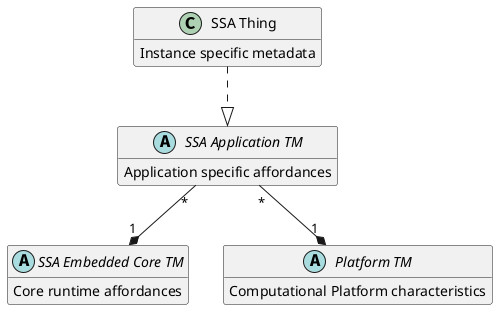
Earlier version of the PlantUML export uml/tm_relations.png (les2feup/CityLink).
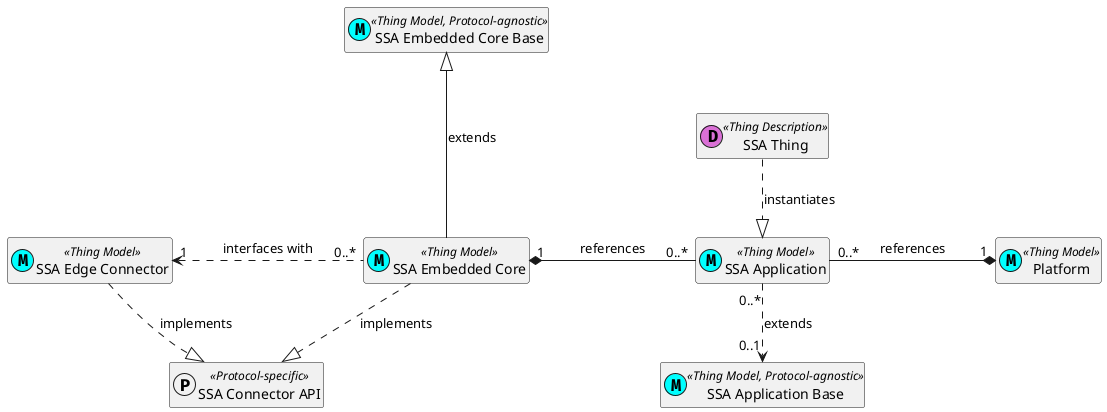
The same diagram one commit later.

Commit message:
updates to tm class diagram

The edit, as a diff of the source:
```diff
@@ -1,26 +1,35 @@
 @startuml
 
-class "SSA Thing" as ssat {
-        Instance specific metadata
-    }
+skinparam nodesep 100
 
-abstract class "SSA Application TM" as ttm {
-        Application specific affordances
-    }
+class "SSA Thing" as ssat << (D, orchid) Thing Description >>
 
-abstract class "SSA Embedded Core TM" as rtm {
-        Core runtime affordances
-    }
+class "SSA Application Base" as abtm  << (M, cyan) Thing Model, Protocol-agnostic >>
 
-abstract class "Platform TM" as ptm {
-        Computational Platform characteristics
-    }
+class "SSA Application" as atm << (M, cyan) Thing Model >>
 
-ttm "*" --* "1" ptm
-ttm "*" --* "1" rtm
+class "SSA Embedded Core Base" as rbtm << (M, cyan) Thing Model, Protocol-agnostic >>
 
-ssat ..|> ttm
+class "SSA Embedded Core" as rtm << (M, cyan) Thing Model >>
 
+class "Platform" as ptm << (M, cyan) Thing Model >>
+
+class "SSA Edge Connector" as ectm << (M, cyan) Thing Model >>
+
+protocol "SSA Connector API" as capi << Protocol-specific >>
+
+ssat ..|> atm : instantiates
+atm "0..*"..> "0..1" abtm : extends
+
+atm "0..*" -right--* "1" ptm : references
+atm "0..*" -left--* "1" rtm : references
+
+rtm -up--|> rbtm : extends
+
+rtm ..|> capi : implements
+ectm ..|> capi : implements
+
+rtm "0..*" -left..> "1" ectm : interfaces with
 
 hide empty members
 
```
